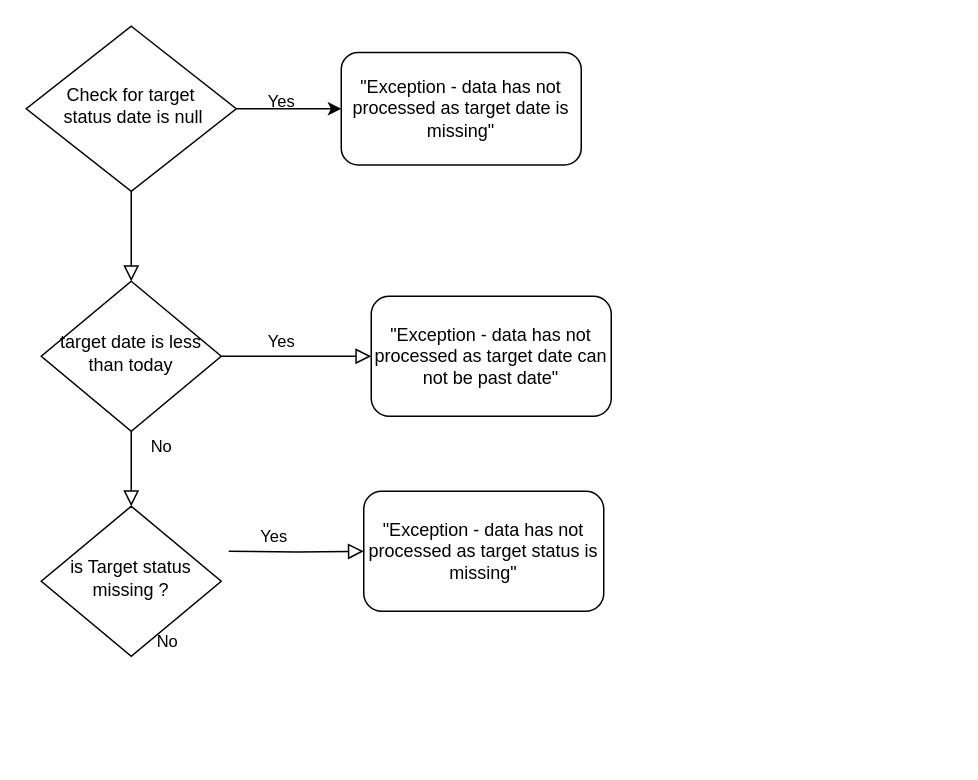
Above: Contract_backlog.drawio in pkochar263/Sending-Emails-to-multiple-people (draw.io), before the change. Source tidied: cells renumbered, new cells numbered last; positions are measured from the earlier drawing's top-left corner, leaving out a move shared by most shapes. Both pictures are drawn from the tidied source at 150%, with x=0, y=0 at pixel (26, 26).
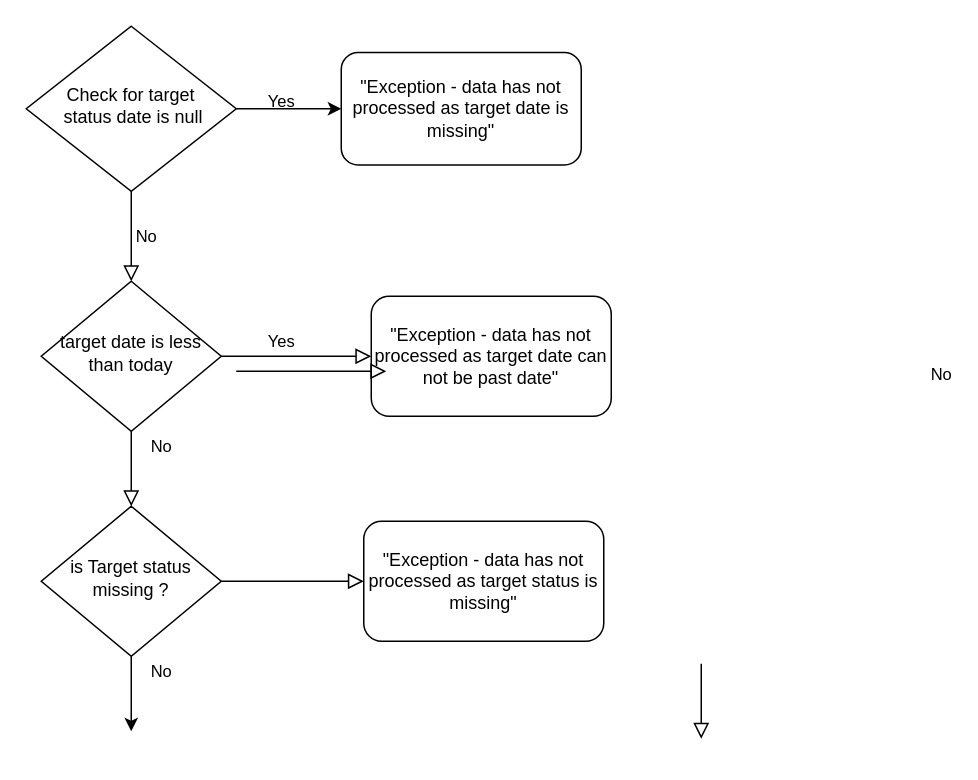
The same page after the edit.

The change refers to these unchanged cells:
```xml
<mxCell id="10" value="is Target status missing ?" style="rhombus;whiteSpace=wrap;html=1;shadow=0;fontFamily=Helvetica;fontSize=12;align=center;strokeWidth=1;spacing=6;spacingTop=-4;" parent="1" vertex="1">
  <mxGeometry x="10" y="320" width="120" height="100" as="geometry" />
</mxCell>
```

Change to the diagram source:
```diff
@@
+    <mxCell id="15" style="edgeStyle=orthogonalEdgeStyle;rounded=0;jettySize=auto;html=1;" parent="1" edge="1" source="10">
+      <mxGeometry relative="1" as="geometry">
+        <mxPoint x="70" y="470" as="targetPoint" />
+      </mxGeometry>
+    </mxCell>
@@
     <mxCell id="12" value="No" style="edgeStyle=orthogonalEdgeStyle;rounded=0;html=1;jettySize=auto;fontSize=11;endArrow=block;endFill=0;endSize=8;strokeWidth=1;shadow=0;labelBackgroundColor=none;" parent="1" edge="1" target="13">
       <mxGeometry x="-1" y="-72" relative="1" as="geometry">
-        <mxPoint x="135" y="350" as="sourcePoint" />
+        <mxPoint x="130" y="370" as="sourcePoint" />
+        <Array as="points">
+          <mxPoint x="180" y="370" />
+          <mxPoint x="180" y="370" />
+        </Array>
         <mxPoint x="-40" y="-12" as="offset" />
       </mxGeometry>
     </mxCell>
     <mxCell id="13" value="&quot;Exception - data has not processed as target status is missing&quot;" style="rounded=1;whiteSpace=wrap;html=1;fontSize=12;glass=0;strokeWidth=1;shadow=0;" parent="1" vertex="1">
-      <mxGeometry x="225" y="310" width="160" height="80" as="geometry" />
+      <mxGeometry x="225" y="330" width="160" height="80" as="geometry" />
     </mxCell>
-    <mxCell id="14" value="Yes" style="edgeStyle=orthogonalEdgeStyle;rounded=0;html=1;jettySize=auto;orthogonalLoop=1;fontSize=11;endArrow=block;endFill=0;endSize=8;strokeWidth=1;shadow=0;labelBackgroundColor=none;strokeColor=none;" parent="1" edge="1">
-      <mxGeometry x="-0.56" y="20" relative="1" as="geometry">
-        <mxPoint x="145" y="360" as="sourcePoint" />
-        <mxPoint x="235" y="360" as="targetPoint" />
-      </mxGeometry>
-    </mxCell>
+    <mxCell id="16" value="No" style="rounded=0;html=1;jettySize=auto;orthogonalLoop=1;fontSize=11;endArrow=block;endFill=0;endSize=8;strokeWidth=1;shadow=0;labelBackgroundColor=none;edgeStyle=orthogonalEdgeStyle;entryX=0.5;entryY=0;entryDx=0;entryDy=0;" parent="1" edge="1">
+      <mxGeometry x="0.08" y="272" relative="1" as="geometry">
+        <mxPoint x="450" y="425" as="sourcePoint" />
+        <mxPoint x="450" y="475" as="targetPoint" />
+        <mxPoint x="-112" y="-220" as="offset" />
+      </mxGeometry>
+    </mxCell>
+    <mxCell id="17" value="No" style="edgeStyle=orthogonalEdgeStyle;rounded=0;jettySize=auto;orthogonalLoop=1;fontSize=11;endArrow=block;endFill=0;endSize=8;strokeWidth=1;shadow=0;labelBackgroundColor=none;html=1;" parent="1" edge="1">
+      <mxGeometry x="-1" y="108" relative="1" as="geometry">
+        <mxPoint x="140" y="230" as="sourcePoint" />
+        <mxPoint x="240" y="230" as="targetPoint" />
+        <mxPoint x="-60" y="18" as="offset" />
+      </mxGeometry>
+    </mxCell>
```
